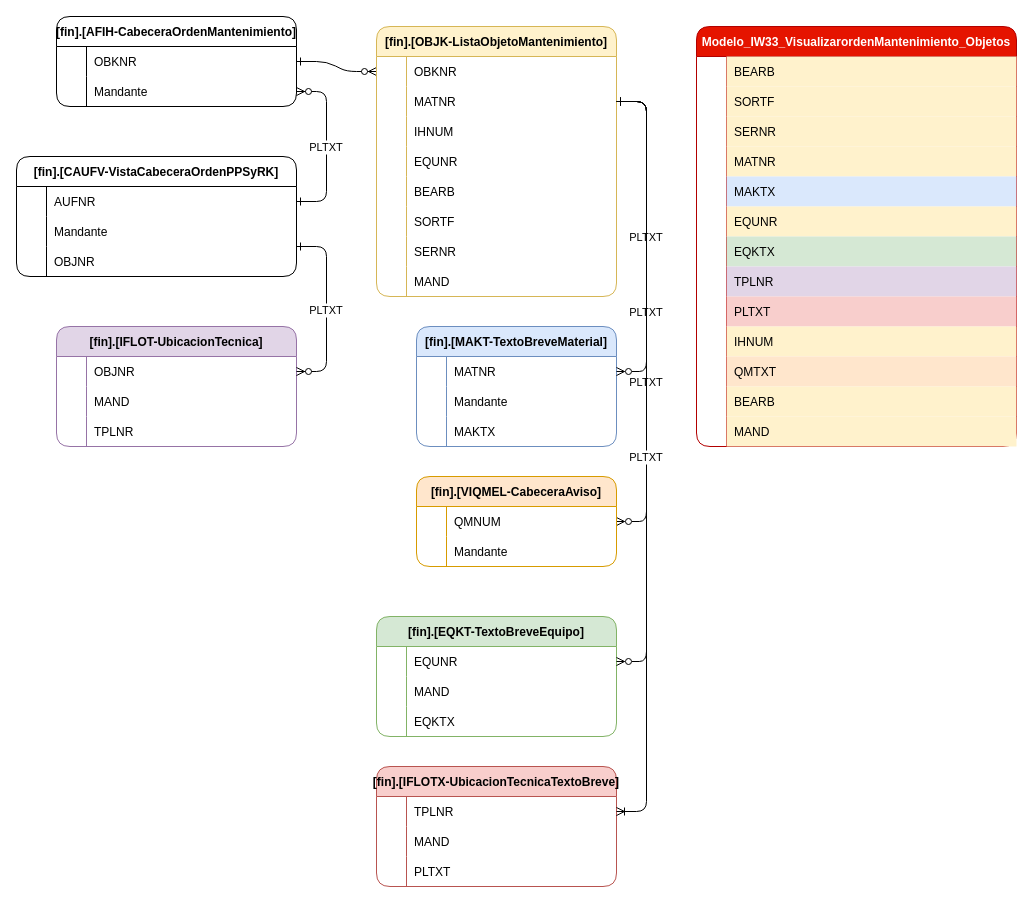
Above: IW33_Objetos.drawio in ale230131/ale230131 (draw.io), before the change. Source tidied: cells renumbered, new cells numbered last; positions are measured from the earlier drawing's top-left corner, leaving out a move shared by most shapes. Both pictures are drawn from the tidied source at 100%, with x=0, y=0 at pixel (16, 16).
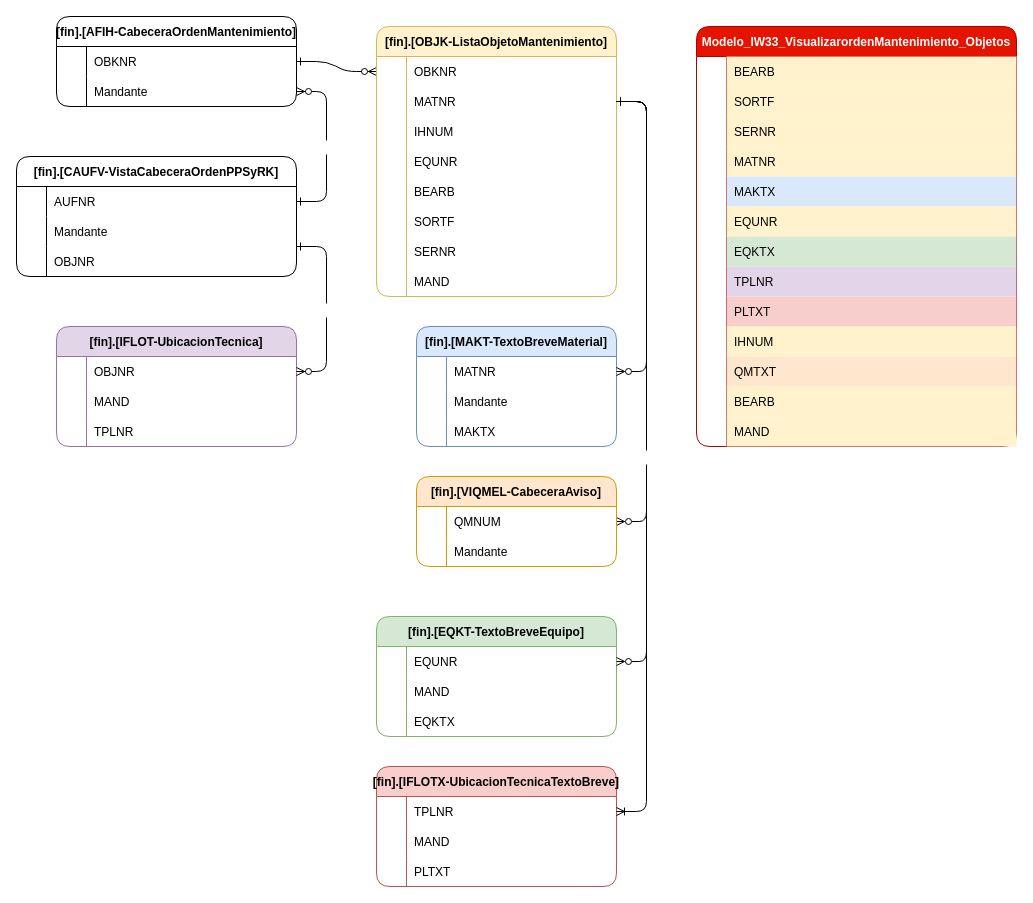
The same diagram, later.

Unchanged cells that the change refers to:
```xml
<mxCell id="48" style="shape=tableRow;horizontal=0;startSize=0;swimlaneHead=0;swimlaneBody=0;fillColor=none;points=[[0,0.5],[1,0.5]];portConstraint=eastwest;strokeColor=inherit;top=0;left=0;right=0;bottom=0;" parent="44" vertex="1">
  <mxGeometry y="60" width="240" height="30" as="geometry" />
</mxCell>
<mxCell id="55" style="shape=tableRow;horizontal=0;startSize=0;swimlaneHead=0;swimlaneBody=0;fillColor=none;points=[[0,0.5],[1,0.5]];portConstraint=eastwest;strokeColor=inherit;top=0;left=0;right=0;bottom=0;" parent="51" vertex="1">
  <mxGeometry y="60" width="240" height="30" as="geometry" />
</mxCell>
<mxCell id="77" style="shape=tableRow;horizontal=0;startSize=0;swimlaneHead=0;swimlaneBody=0;fillColor=none;points=[[0,0.5],[1,0.5]];portConstraint=eastwest;strokeColor=inherit;top=0;left=0;right=0;bottom=0;" parent="76" vertex="1">
  <mxGeometry y="30" width="200" height="30" as="geometry" />
</mxCell>
<mxCell id="87" style="shape=tableRow;horizontal=0;startSize=0;swimlaneHead=0;swimlaneBody=0;fillColor=none;points=[[0,0.5],[1,0.5]];portConstraint=eastwest;strokeColor=inherit;top=0;left=0;right=0;bottom=0;" parent="86" vertex="1">
  <mxGeometry y="30" width="200" height="30" as="geometry" />
</mxCell>
<mxCell id="94" style="shape=tableRow;horizontal=0;startSize=0;swimlaneHead=0;swimlaneBody=0;fillColor=none;points=[[0,0.5],[1,0.5]];portConstraint=eastwest;strokeColor=inherit;top=0;left=0;right=0;bottom=0;" parent="93" vertex="1">
  <mxGeometry y="30" width="280" height="30" as="geometry" />
</mxCell>
<mxCell id="104" style="shape=tableRow;horizontal=0;startSize=0;swimlaneHead=0;swimlaneBody=0;fillColor=none;points=[[0,0.5],[1,0.5]];portConstraint=eastwest;strokeColor=inherit;top=0;left=0;right=0;bottom=0;" parent="103" vertex="1">
  <mxGeometry y="30" width="240" height="30" as="geometry" />
</mxCell>
<mxCell id="114" style="shape=tableRow;horizontal=0;startSize=0;swimlaneHead=0;swimlaneBody=0;fillColor=none;points=[[0,0.5],[1,0.5]];portConstraint=eastwest;strokeColor=inherit;top=0;left=0;right=0;bottom=0;" parent="113" vertex="1">
  <mxGeometry y="30" width="240" height="30" as="geometry" />
</mxCell>
<mxCell id="124" style="shape=tableRow;horizontal=0;startSize=0;swimlaneHead=0;swimlaneBody=0;fillColor=none;points=[[0,0.5],[1,0.5]];portConstraint=eastwest;strokeColor=inherit;top=0;left=0;right=0;bottom=0;" parent="123" vertex="1">
  <mxGeometry y="30" width="240" height="30" as="geometry" />
</mxCell>
```

Change to the diagram source:
```diff
@@
-    <mxCell id="3" value="PLTXT" style="edgeStyle=entityRelationEdgeStyle;endArrow=ERone;startArrow=ERzeroToMany;endFill=0;startFill=0;exitX=1;exitY=0.5;exitDx=0;exitDy=0;entryX=1;entryY=0.5;entryDx=0;entryDy=0;" parent="1" edge="1" source="87" target="55">
+    <mxCell id="3" value="PLTXT" style="edgeStyle=entityRelationEdgeStyle;endArrow=ERone;startArrow=ERzeroToMany;endFill=0;startFill=0;exitX=1;exitY=0.5;exitDx=0;exitDy=0;entryX=1;entryY=0.5;entryDx=0;entryDy=0;fontColor=#FFFFFF;" parent="1" edge="1" source="87" target="55">
       <mxGeometry relative="1" as="geometry" />
     </mxCell>
@@
-    <mxCell id="133" value="PLTXT" style="edgeStyle=entityRelationEdgeStyle;endArrow=ERzeroToMany;startArrow=ERone;endFill=1;startFill=0;exitX=1;exitY=0.5;exitDx=0;exitDy=0;" parent="1" edge="1" source="94" target="48">
+    <mxCell id="133" value="PLTXT" style="edgeStyle=entityRelationEdgeStyle;endArrow=ERzeroToMany;startArrow=ERone;endFill=1;startFill=0;exitX=1;exitY=0.5;exitDx=0;exitDy=0;fontColor=#FFFFFF;" parent="1" edge="1" source="94" target="48">
       <mxGeometry relative="1" as="geometry" />
     </mxCell>
-    <mxCell id="134" value="PLTXT" style="edgeStyle=entityRelationEdgeStyle;endArrow=ERone;startArrow=ERzeroToMany;endFill=0;startFill=0;exitX=1;exitY=0.5;exitDx=0;exitDy=0;entryX=1;entryY=0.5;entryDx=0;entryDy=0;" parent="1" edge="1" source="77" target="55">
+    <mxCell id="134" value="PLTXT" style="edgeStyle=entityRelationEdgeStyle;endArrow=ERone;startArrow=ERzeroToMany;endFill=0;startFill=0;exitX=1;exitY=0.5;exitDx=0;exitDy=0;entryX=1;entryY=0.5;entryDx=0;entryDy=0;fontColor=#FFFFFF;" parent="1" edge="1" source="77" target="55">
       <mxGeometry relative="1" as="geometry" />
     </mxCell>
-    <mxCell id="135" value="PLTXT" style="edgeStyle=entityRelationEdgeStyle;endArrow=ERzeroToMany;startArrow=ERone;endFill=1;startFill=0;entryX=1;entryY=0.5;entryDx=0;entryDy=0;" parent="1" edge="1" target="104">
+    <mxCell id="135" value="PLTXT" style="edgeStyle=entityRelationEdgeStyle;endArrow=ERzeroToMany;startArrow=ERone;endFill=1;startFill=0;entryX=1;entryY=0.5;entryDx=0;entryDy=0;fontColor=#FFFFFF;" parent="1" edge="1" target="104">
       <mxGeometry relative="1" as="geometry">
         <mxPoint x="280" y="230" as="sourcePoint" />
       </mxGeometry>
     </mxCell>
-    <mxCell id="136" value="PLTXT" style="edgeStyle=entityRelationEdgeStyle;endArrow=ERone;startArrow=ERzeroToMany;endFill=0;startFill=0;exitX=1;exitY=0.5;exitDx=0;exitDy=0;entryX=1;entryY=0.5;entryDx=0;entryDy=0;" parent="1" edge="1" source="114" target="55">
+    <mxCell id="136" value="PLTXT" style="edgeStyle=entityRelationEdgeStyle;endArrow=ERone;startArrow=ERzeroToMany;endFill=0;startFill=0;exitX=1;exitY=0.5;exitDx=0;exitDy=0;entryX=1;entryY=0.5;entryDx=0;entryDy=0;fontColor=#FFFFFF;" parent="1" edge="1" source="114" target="55">
       <mxGeometry relative="1" as="geometry" />
     </mxCell>
-    <mxCell id="137" value="PLTXT" style="edgeStyle=entityRelationEdgeStyle;endArrow=ERone;startArrow=ERoneToMany;endFill=0;startFill=0;exitX=1;exitY=0.5;exitDx=0;exitDy=0;entryX=1;entryY=0.5;entryDx=0;entryDy=0;" parent="1" edge="1" source="124" target="55">
+    <mxCell id="137" value="PLTXT" style="edgeStyle=entityRelationEdgeStyle;endArrow=ERone;startArrow=ERoneToMany;endFill=0;startFill=0;exitX=1;exitY=0.5;exitDx=0;exitDy=0;entryX=1;entryY=0.5;entryDx=0;entryDy=0;fontColor=#FFFFFF;" parent="1" edge="1" source="124" target="55">
       <mxGeometry relative="1" as="geometry" />
     </mxCell>
```
